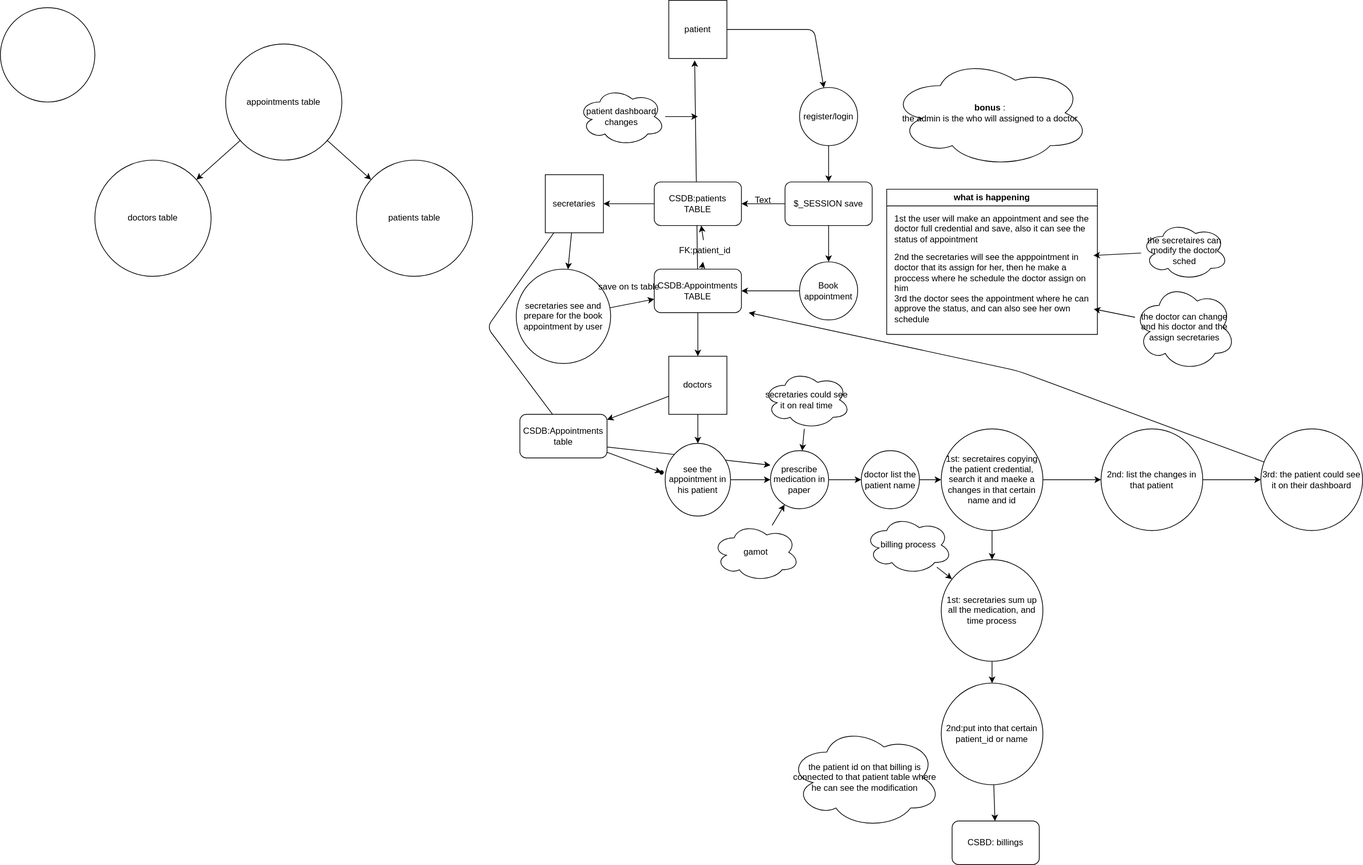
Earlier version of the draw.io export flowchart/.drawio.svg (ImRoniel/CareSync-System). Source tidied: cells renumbered, new cells last; positions are measured from the earlier drawing's top-left corner, leaving out a move shared by most shapes.
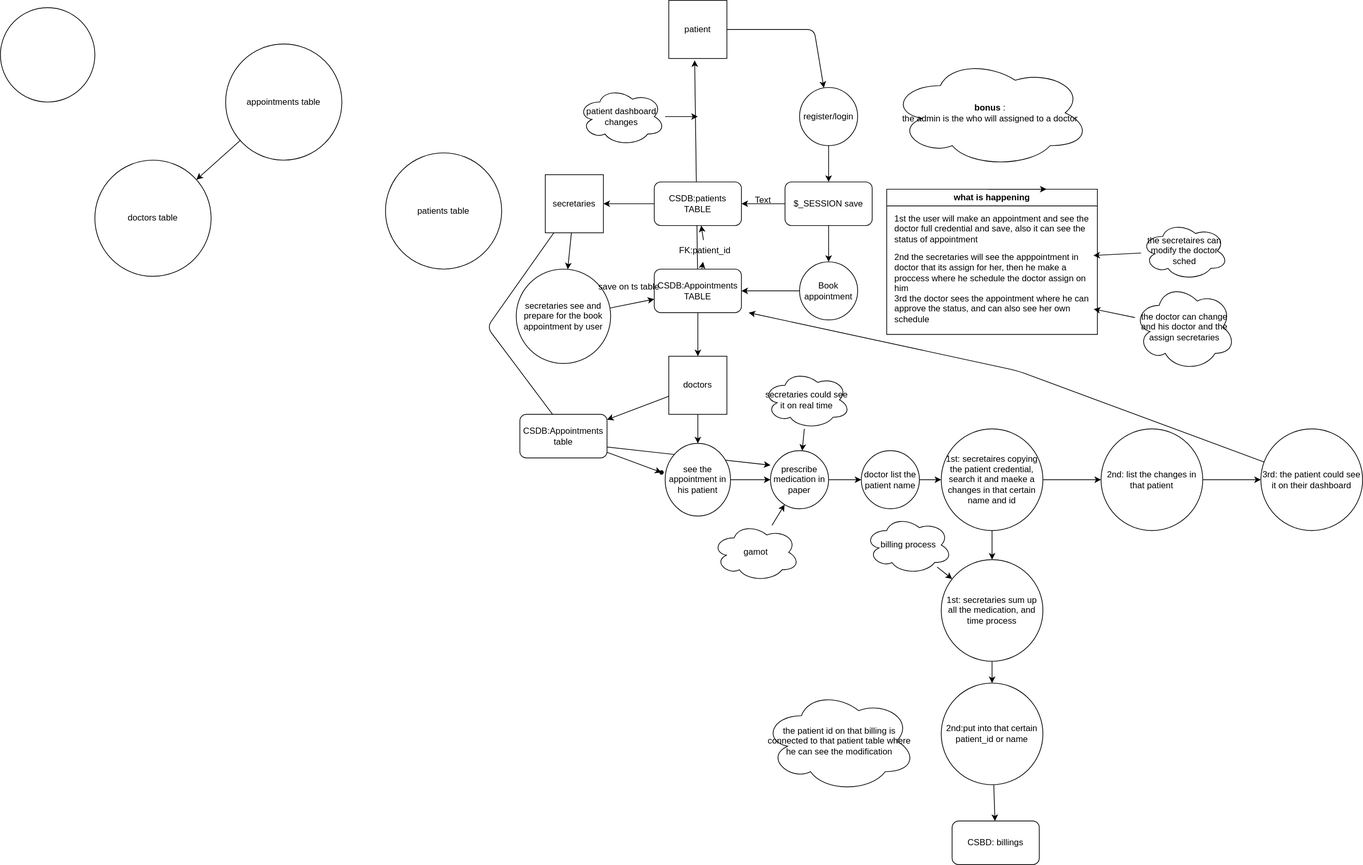
Later version of the same file.

What changed in the source:
```diff
@@ -63,9 +63,6 @@
     <mxCell id="20" style="edgeStyle=none;html=1;" parent="1" edge="1" source="22" target="23">
       <mxGeometry relative="1" as="geometry" />
     </mxCell>
-    <mxCell id="21" style="edgeStyle=none;html=1;" parent="1" edge="1" source="22" target="24">
-      <mxGeometry relative="1" as="geometry" />
-    </mxCell>
     <mxCell id="22" value="appointments table" style="ellipse;whiteSpace=wrap;html=1;" parent="1" vertex="1">
       <mxGeometry x="310" y="60" width="160" height="160" as="geometry" />
     </mxCell>
@@ -73,7 +70,7 @@
       <mxGeometry x="130" y="220" width="160" height="160" as="geometry" />
     </mxCell>
     <mxCell id="24" value="patients table&amp;nbsp;" style="ellipse;whiteSpace=wrap;html=1;" parent="1" vertex="1">
-      <mxGeometry x="490" y="220" width="160" height="160" as="geometry" />
+      <mxGeometry x="530" y="210" width="160" height="160" as="geometry" />
     </mxCell>
     <mxCell id="25" style="ellipse;whiteSpace=wrap;html=1;" parent="1" vertex="1">
       <mxGeometry y="10" width="130" height="130" as="geometry" />
@@ -224,7 +221,7 @@
       <mxGeometry x="1295" y="940" width="140" height="140" as="geometry" />
     </mxCell>
     <mxCell id="70" value="the patient id on that billing is connected to that patient table where he can see the modification" style="ellipse;shape=cloud;whiteSpace=wrap;html=1;" parent="1" vertex="1">
-      <mxGeometry x="1085" y="1000" width="210" height="140" as="geometry" />
+      <mxGeometry x="1050" y="950" width="210" height="140" as="geometry" />
     </mxCell>
     <mxCell id="71" style="edgeStyle=none;html=1;" parent="1" edge="1" source="72" target="73">
       <mxGeometry relative="1" as="geometry" />
@@ -235,5 +232,11 @@
     <mxCell id="73" style="shape=waypoint;sketch=0;size=6;points=[];fillColor=default;perimeter=centerPerimeter;snapToPoint=1;rounded=1;" parent="1" vertex="1">
       <mxGeometry x="900" y="640" width="20" height="20" as="geometry" />
     </mxCell>
+    <mxCell id="74" style="edgeStyle=none;orthogonalLoop=1;jettySize=auto;html=1;" parent="1" edge="1">
+      <mxGeometry relative="1" as="geometry">
+        <mxPoint x="1360" y="260" as="sourcePoint" />
+        <mxPoint x="1440" y="260" as="targetPoint" />
+      </mxGeometry>
+    </mxCell>
   </root>
 </mxGraphModel>
```
